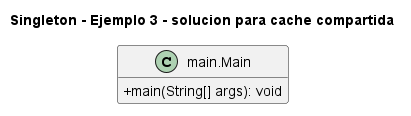
Earlier version of the PlantUML export 1. Creacionales/Singleton/Ejemplo 3 - solucion para cache compartida/UML.png (NicoCG32/Patrones-de-Software-y-Programacion-UCN).
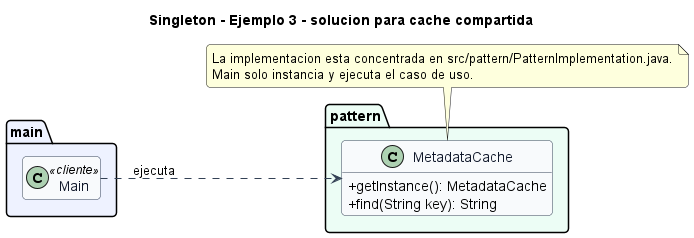
The same file after the commit.

The edit, as a diff of the source:
```diff
@@ -1,8 +1,33 @@
 @startuml
 title Singleton - Ejemplo 3 - solucion para cache compartida
+left to right direction
+skinparam backgroundColor #FFFFFF
+skinparam shadowing false
+skinparam roundcorner 8
 skinparam classAttributeIconSize 0
-hide empty fields
-class "main.Main" as main_Main {
-  +main(String[] args): void
+skinparam class {
+  BackgroundColor #F8FAFC
+  BorderColor #334155
+  ArrowColor #334155
+  FontColor #0F172A
 }
+hide empty members
+
+package "main" #EEF2FF {
+  class Main <<cliente>>
+}
+
+package "pattern" #ECFDF5 {
+  class MetadataCache {
+    +getInstance(): MetadataCache
+    +find(String key): String
+  }
+}
+
+Main ..> MetadataCache : ejecuta
+
+note bottom
+La implementacion esta concentrada en src/pattern/PatternImplementation.java.
+Main solo instancia y ejecuta el caso de uso.
+end note
 @enduml
```
